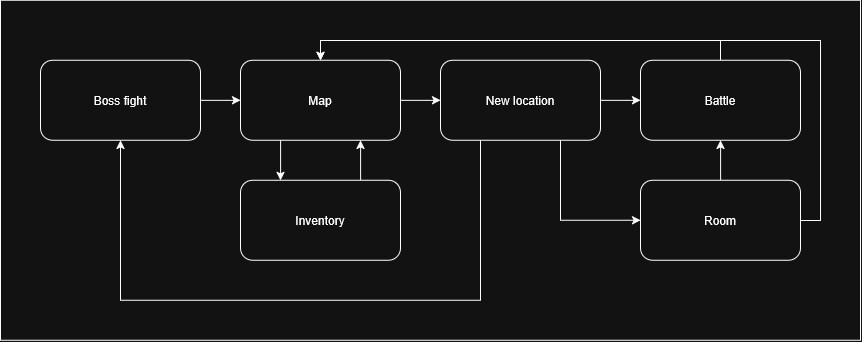
Earlier version of the draw.io export Activity.png (Timshh/magicover). Source tidied: cells renumbered, new cells last; positions are measured from the earlier drawing's top-left corner, leaving out a move shared by most shapes. The source it was exported from:
```xml
<mxGraphModel>
  <root>
    <mxCell id="0" />
    <mxCell id="1" parent="0" />
    <mxCell id="2" style="edgeStyle=orthogonalEdgeStyle;rounded=0;jettySize=auto;html=1;" parent="1" edge="1" source="3" target="6">
      <mxGeometry relative="1" as="geometry" />
    </mxCell>
    <mxCell id="3" value="Boss fight" style="rounded=1;whiteSpace=wrap;html=1;" parent="1" vertex="1">
      <mxGeometry x="40" y="60" width="160" height="80" as="geometry" />
    </mxCell>
    <mxCell id="4" style="edgeStyle=orthogonalEdgeStyle;rounded=0;jettySize=auto;html=1;exitX=1;exitY=0.5;exitDx=0;exitDy=0;entryX=0;entryY=0.5;entryDx=0;entryDy=0;" parent="1" edge="1" source="6" target="12">
      <mxGeometry relative="1" as="geometry" />
    </mxCell>
    <mxCell id="5" style="edgeStyle=orthogonalEdgeStyle;rounded=0;jettySize=auto;html=1;exitX=0.25;exitY=1;exitDx=0;exitDy=0;entryX=0.25;entryY=0;entryDx=0;entryDy=0;" parent="1" edge="1" source="6" target="8">
      <mxGeometry relative="1" as="geometry" />
    </mxCell>
    <mxCell id="6" value="Map" style="rounded=1;whiteSpace=wrap;html=1;" parent="1" vertex="1">
      <mxGeometry x="240" y="60" width="160" height="80" as="geometry" />
    </mxCell>
    <mxCell id="7" style="edgeStyle=orthogonalEdgeStyle;rounded=0;jettySize=auto;html=1;exitX=0.75;exitY=0;exitDx=0;exitDy=0;entryX=0.75;entryY=1;entryDx=0;entryDy=0;" parent="1" edge="1" source="8" target="6">
      <mxGeometry relative="1" as="geometry" />
    </mxCell>
    <mxCell id="8" value="Inventory" style="rounded=1;whiteSpace=wrap;html=1;" parent="1" vertex="1">
      <mxGeometry x="240" y="180" width="160" height="80" as="geometry" />
    </mxCell>
    <mxCell id="9" style="edgeStyle=orthogonalEdgeStyle;rounded=0;jettySize=auto;html=1;exitX=0.75;exitY=1;exitDx=0;exitDy=0;entryX=0;entryY=0.5;entryDx=0;entryDy=0;" parent="1" edge="1" source="12" target="17">
      <mxGeometry relative="1" as="geometry" />
    </mxCell>
    <mxCell id="10" style="edgeStyle=orthogonalEdgeStyle;rounded=0;jettySize=auto;html=1;exitX=1;exitY=0.5;exitDx=0;exitDy=0;entryX=0;entryY=0.5;entryDx=0;entryDy=0;" parent="1" edge="1" source="12" target="14">
      <mxGeometry relative="1" as="geometry" />
    </mxCell>
    <mxCell id="11" style="edgeStyle=orthogonalEdgeStyle;rounded=0;jettySize=auto;html=1;exitX=0.25;exitY=1;exitDx=0;exitDy=0;entryX=0.5;entryY=1;entryDx=0;entryDy=0;" parent="1" edge="1" source="12" target="3">
      <mxGeometry relative="1" as="geometry">
        <Array as="points">
          <mxPoint x="480" y="300" />
          <mxPoint x="120" y="300" />
        </Array>
      </mxGeometry>
    </mxCell>
    <mxCell id="12" value="New location" style="rounded=1;whiteSpace=wrap;html=1;" parent="1" vertex="1">
      <mxGeometry x="440" y="60" width="160" height="80" as="geometry" />
    </mxCell>
    <mxCell id="13" style="edgeStyle=orthogonalEdgeStyle;rounded=0;jettySize=auto;html=1;exitX=0.5;exitY=0;exitDx=0;exitDy=0;entryX=0.5;entryY=0;entryDx=0;entryDy=0;" parent="1" edge="1" source="14" target="6">
      <mxGeometry relative="1" as="geometry">
        <Array as="points">
          <mxPoint x="720" y="40" />
          <mxPoint x="320" y="40" />
        </Array>
      </mxGeometry>
    </mxCell>
    <mxCell id="14" value="Battle" style="rounded=1;whiteSpace=wrap;html=1;" parent="1" vertex="1">
      <mxGeometry x="640" y="60" width="160" height="80" as="geometry" />
    </mxCell>
    <mxCell id="15" style="edgeStyle=orthogonalEdgeStyle;rounded=0;jettySize=auto;html=1;exitX=0.5;exitY=0;exitDx=0;exitDy=0;entryX=0.5;entryY=1;entryDx=0;entryDy=0;" parent="1" edge="1" source="17" target="14">
      <mxGeometry relative="1" as="geometry" />
    </mxCell>
    <mxCell id="16" style="edgeStyle=orthogonalEdgeStyle;rounded=0;jettySize=auto;html=1;exitX=1;exitY=0.5;exitDx=0;exitDy=0;entryX=0.5;entryY=0;entryDx=0;entryDy=0;" parent="1" edge="1" source="17" target="6">
      <mxGeometry relative="1" as="geometry">
        <Array as="points">
          <mxPoint x="820" y="220" />
          <mxPoint x="820" y="40" />
          <mxPoint x="320" y="40" />
        </Array>
      </mxGeometry>
    </mxCell>
    <mxCell id="17" value="Room" style="rounded=1;whiteSpace=wrap;html=1;" parent="1" vertex="1">
      <mxGeometry x="640" y="180" width="160" height="80" as="geometry" />
    </mxCell>
    <mxCell id="18" style="rounded=0;whiteSpace=wrap;html=1;fillColor=none;" parent="1" vertex="1">
      <mxGeometry width="860" height="340" as="geometry" />
    </mxCell>
  </root>
</mxGraphModel>
```
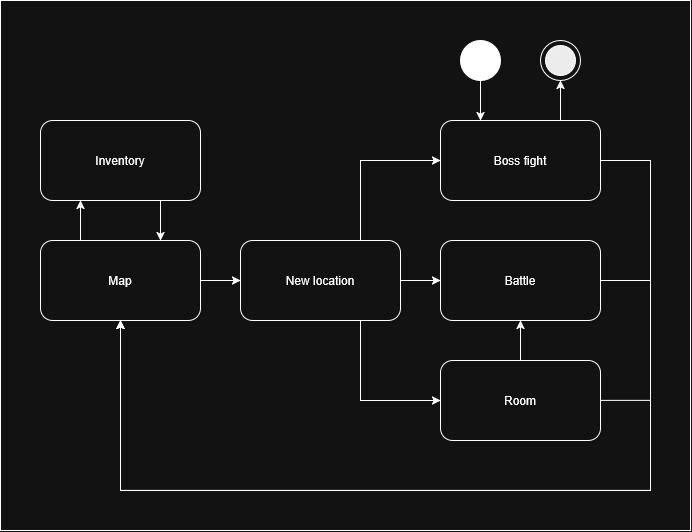
After the change.

Diff of the diagram source:
```diff
@@ -2,72 +2,92 @@
   <root>
     <mxCell id="0" />
     <mxCell id="1" parent="0" />
-    <mxCell id="2" style="edgeStyle=orthogonalEdgeStyle;rounded=0;jettySize=auto;html=1;" parent="1" edge="1" source="3" target="6">
-      <mxGeometry relative="1" as="geometry" />
+    <mxCell id="2" style="edgeStyle=orthogonalEdgeStyle;rounded=0;jettySize=auto;html=1;" parent="1" edge="1" source="4" target="7">
+      <mxGeometry x="0.26" relative="1" as="geometry">
+        <Array as="points">
+          <mxPoint x="210" y="-200" />
+          <mxPoint x="210" y="130" />
+          <mxPoint x="-320" y="130" />
+        </Array>
+      </mxGeometry>
     </mxCell>
-    <mxCell id="3" value="Boss fight" style="rounded=1;whiteSpace=wrap;html=1;" parent="1" vertex="1">
-      <mxGeometry x="40" y="60" width="160" height="80" as="geometry" />
+    <mxCell id="3" style="edgeStyle=orthogonalEdgeStyle;rounded=0;jettySize=auto;html=1;exitX=0.75;exitY=0;exitDx=0;exitDy=0;" parent="1" edge="1" source="4">
+      <mxGeometry relative="1" as="geometry">
+        <mxPoint x="120" y="-280" as="targetPoint" />
+      </mxGeometry>
     </mxCell>
-    <mxCell id="4" style="edgeStyle=orthogonalEdgeStyle;rounded=0;jettySize=auto;html=1;exitX=1;exitY=0.5;exitDx=0;exitDy=0;entryX=0;entryY=0.5;entryDx=0;entryDy=0;" parent="1" edge="1" source="6" target="12">
-      <mxGeometry relative="1" as="geometry" />
+    <mxCell id="4" value="Boss fight" style="rounded=1;whiteSpace=wrap;html=1;" parent="1" vertex="1">
+      <mxGeometry y="-240" width="160" height="80" as="geometry" />
     </mxCell>
-    <mxCell id="5" style="edgeStyle=orthogonalEdgeStyle;rounded=0;jettySize=auto;html=1;exitX=0.25;exitY=1;exitDx=0;exitDy=0;entryX=0.25;entryY=0;entryDx=0;entryDy=0;" parent="1" edge="1" source="6" target="8">
+    <mxCell id="5" style="edgeStyle=orthogonalEdgeStyle;rounded=0;jettySize=auto;html=1;exitX=1;exitY=0.5;exitDx=0;exitDy=0;entryX=0;entryY=0.5;entryDx=0;entryDy=0;" parent="1" edge="1" source="7" target="13">
       <mxGeometry relative="1" as="geometry" />
     </mxCell>
-    <mxCell id="6" value="Map" style="rounded=1;whiteSpace=wrap;html=1;" parent="1" vertex="1">
-      <mxGeometry x="240" y="60" width="160" height="80" as="geometry" />
+    <mxCell id="6" style="edgeStyle=orthogonalEdgeStyle;rounded=0;jettySize=auto;html=1;exitX=0.25;exitY=0;exitDx=0;exitDy=0;entryX=0.25;entryY=1;entryDx=0;entryDy=0;" parent="1" edge="1" source="7" target="9">
+      <mxGeometry relative="1" as="geometry" />
     </mxCell>
-    <mxCell id="7" style="edgeStyle=orthogonalEdgeStyle;rounded=0;jettySize=auto;html=1;exitX=0.75;exitY=0;exitDx=0;exitDy=0;entryX=0.75;entryY=1;entryDx=0;entryDy=0;" parent="1" edge="1" source="8" target="6">
-      <mxGeometry relative="1" as="geometry" />
+    <mxCell id="7" value="Map" style="rounded=1;whiteSpace=wrap;html=1;" parent="1" vertex="1">
+      <mxGeometry x="-400" y="-120" width="160" height="80" as="geometry" />
     </mxCell>
-    <mxCell id="8" value="Inventory" style="rounded=1;whiteSpace=wrap;html=1;" parent="1" vertex="1">
-      <mxGeometry x="240" y="180" width="160" height="80" as="geometry" />
+    <mxCell id="8" style="edgeStyle=orthogonalEdgeStyle;rounded=0;jettySize=auto;html=1;exitX=0.75;exitY=1;exitDx=0;exitDy=0;entryX=0.75;entryY=0;entryDx=0;entryDy=0;" parent="1" edge="1" source="9" target="7">
+      <mxGeometry relative="1" as="geometry" />
     </mxCell>
-    <mxCell id="9" style="edgeStyle=orthogonalEdgeStyle;rounded=0;jettySize=auto;html=1;exitX=0.75;exitY=1;exitDx=0;exitDy=0;entryX=0;entryY=0.5;entryDx=0;entryDy=0;" parent="1" edge="1" source="12" target="17">
-      <mxGeometry relative="1" as="geometry" />
+    <mxCell id="9" value="Inventory" style="rounded=1;whiteSpace=wrap;html=1;" parent="1" vertex="1">
+      <mxGeometry x="-400" y="-240" width="160" height="80" as="geometry" />
     </mxCell>
-    <mxCell id="10" style="edgeStyle=orthogonalEdgeStyle;rounded=0;jettySize=auto;html=1;exitX=1;exitY=0.5;exitDx=0;exitDy=0;entryX=0;entryY=0.5;entryDx=0;entryDy=0;" parent="1" edge="1" source="12" target="14">
+    <mxCell id="10" style="edgeStyle=orthogonalEdgeStyle;rounded=0;jettySize=auto;html=1;exitX=0.75;exitY=1;exitDx=0;exitDy=0;entryX=0;entryY=0.5;entryDx=0;entryDy=0;" parent="1" edge="1" source="13" target="18">
       <mxGeometry relative="1" as="geometry" />
     </mxCell>
-    <mxCell id="11" style="edgeStyle=orthogonalEdgeStyle;rounded=0;jettySize=auto;html=1;exitX=0.25;exitY=1;exitDx=0;exitDy=0;entryX=0.5;entryY=1;entryDx=0;entryDy=0;" parent="1" edge="1" source="12" target="3">
-      <mxGeometry relative="1" as="geometry">
-        <Array as="points">
-          <mxPoint x="480" y="300" />
-          <mxPoint x="120" y="300" />
-        </Array>
-      </mxGeometry>
+    <mxCell id="11" style="edgeStyle=orthogonalEdgeStyle;rounded=0;jettySize=auto;html=1;exitX=1;exitY=0.5;exitDx=0;exitDy=0;entryX=0;entryY=0.5;entryDx=0;entryDy=0;" parent="1" edge="1" source="13" target="15">
+      <mxGeometry relative="1" as="geometry" />
     </mxCell>
-    <mxCell id="12" value="New location" style="rounded=1;whiteSpace=wrap;html=1;" parent="1" vertex="1">
-      <mxGeometry x="440" y="60" width="160" height="80" as="geometry" />
+    <mxCell id="12" style="edgeStyle=orthogonalEdgeStyle;rounded=0;jettySize=auto;html=1;exitX=0.75;exitY=0;exitDx=0;exitDy=0;entryX=0;entryY=0.5;entryDx=0;entryDy=0;" parent="1" edge="1" source="13" target="4">
+      <mxGeometry x="-0.33" relative="1" as="geometry" />
     </mxCell>
-    <mxCell id="13" style="edgeStyle=orthogonalEdgeStyle;rounded=0;jettySize=auto;html=1;exitX=0.5;exitY=0;exitDx=0;exitDy=0;entryX=0.5;entryY=0;entryDx=0;entryDy=0;" parent="1" edge="1" source="14" target="6">
-      <mxGeometry relative="1" as="geometry">
-        <Array as="points">
-          <mxPoint x="720" y="40" />
-          <mxPoint x="320" y="40" />
-        </Array>
-      </mxGeometry>
+    <mxCell id="13" value="New location" style="rounded=1;whiteSpace=wrap;html=1;" parent="1" vertex="1">
+      <mxGeometry x="-200" y="-120" width="160" height="80" as="geometry" />
     </mxCell>
-    <mxCell id="14" value="Battle" style="rounded=1;whiteSpace=wrap;html=1;" parent="1" vertex="1">
-      <mxGeometry x="640" y="60" width="160" height="80" as="geometry" />
+    <mxCell id="14" style="edgeStyle=orthogonalEdgeStyle;rounded=0;jettySize=auto;html=1;exitX=1;exitY=0.5;exitDx=0;exitDy=0;entryX=0.5;entryY=1;entryDx=0;entryDy=0;" parent="1" edge="1" target="7">
+      <mxGeometry x="0.3" relative="1" as="geometry">
+        <mxPoint x="160" y="-80" as="sourcePoint" />
+        <Array as="points">
+          <mxPoint x="210" y="-80" />
+          <mxPoint x="210" y="130" />
+          <mxPoint x="-320" y="130" />
+        </Array>
+      </mxGeometry>
     </mxCell>
-    <mxCell id="15" style="edgeStyle=orthogonalEdgeStyle;rounded=0;jettySize=auto;html=1;exitX=0.5;exitY=0;exitDx=0;exitDy=0;entryX=0.5;entryY=1;entryDx=0;entryDy=0;" parent="1" edge="1" source="17" target="14">
-      <mxGeometry relative="1" as="geometry" />
+    <mxCell id="15" value="Battle" style="rounded=1;whiteSpace=wrap;html=1;" parent="1" vertex="1">
+      <mxGeometry y="-120" width="160" height="80" as="geometry" />
     </mxCell>
-    <mxCell id="16" style="edgeStyle=orthogonalEdgeStyle;rounded=0;jettySize=auto;html=1;exitX=1;exitY=0.5;exitDx=0;exitDy=0;entryX=0.5;entryY=0;entryDx=0;entryDy=0;" parent="1" edge="1" source="17" target="6">
-      <mxGeometry relative="1" as="geometry">
-        <Array as="points">
-          <mxPoint x="820" y="220" />
-          <mxPoint x="820" y="40" />
-          <mxPoint x="320" y="40" />
-        </Array>
-      </mxGeometry>
+    <mxCell id="16" style="edgeStyle=orthogonalEdgeStyle;rounded=0;jettySize=auto;html=1;exitX=0.5;exitY=0;exitDx=0;exitDy=0;entryX=0.5;entryY=1;entryDx=0;entryDy=0;" parent="1" edge="1" source="18" target="15">
+      <mxGeometry relative="1" as="geometry" />
     </mxCell>
-    <mxCell id="17" value="Room" style="rounded=1;whiteSpace=wrap;html=1;" parent="1" vertex="1">
-      <mxGeometry x="640" y="180" width="160" height="80" as="geometry" />
+    <mxCell id="17" style="edgeStyle=orthogonalEdgeStyle;rounded=0;jettySize=auto;html=1;exitX=1;exitY=0.5;exitDx=0;exitDy=0;entryX=0.5;entryY=1;entryDx=0;entryDy=0;" parent="1" edge="1" source="18" target="7">
+      <mxGeometry x="0.18" relative="1" as="geometry">
+        <Array as="points">
+          <mxPoint x="210" y="40" />
+          <mxPoint x="210" y="130" />
+          <mxPoint x="-320" y="130" />
+        </Array>
+      </mxGeometry>
     </mxCell>
-    <mxCell id="18" style="rounded=0;whiteSpace=wrap;html=1;fillColor=none;" parent="1" vertex="1">
-      <mxGeometry width="860" height="340" as="geometry" />
+    <mxCell id="18" value="Room" style="rounded=1;whiteSpace=wrap;html=1;" parent="1" vertex="1">
+      <mxGeometry width="160" height="80" as="geometry" />
     </mxCell>
+    <mxCell id="19" style="rounded=0;whiteSpace=wrap;html=1;fillColor=none;" parent="1" vertex="1">
+      <mxGeometry x="-440" y="-360" width="690" height="530" as="geometry" />
+    </mxCell>
+    <mxCell id="20" style="edgeStyle=orthogonalEdgeStyle;rounded=0;jettySize=auto;html=1;entryX=0.25;entryY=0;entryDx=0;entryDy=0;" parent="1" edge="1" source="21" target="4">
+      <mxGeometry relative="1" as="geometry" />
+    </mxCell>
+    <mxCell id="21" style="ellipse;whiteSpace=wrap;html=1;shapeInside=1;fillColor=light-dark(#FFFFFF,#FFFFFF);" parent="1" vertex="1">
+      <mxGeometry x="20" y="-320" width="40" height="40" as="geometry" />
+    </mxCell>
+    <mxCell id="22" style="ellipse;whiteSpace=wrap;html=1;shapeInside=1;fillColor=default;" parent="1" vertex="1">
+      <mxGeometry x="100" y="-320" width="40" height="40" as="geometry" />
+    </mxCell>
+    <mxCell id="23" style="ellipse;whiteSpace=wrap;html=1;shapeInside=1;fillColor=#010101;" parent="1" vertex="1">
+      <mxGeometry x="105" y="-315" width="30" height="30" as="geometry" />
+    </mxCell>
   </root>
 </mxGraphModel>
```
